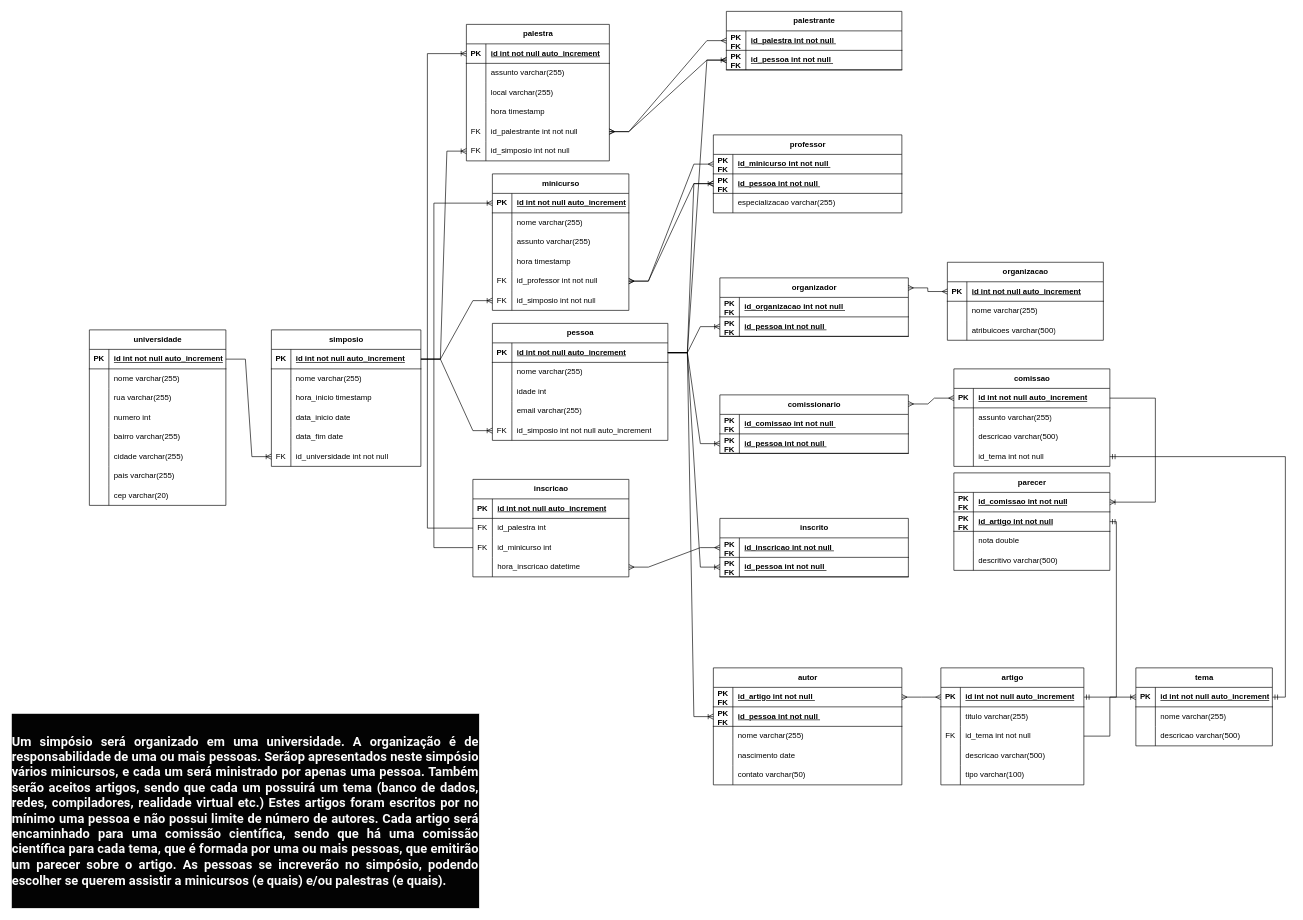
Above: Diagramas/Atividades/simposio.drawio in samueldelorenzi/BancoDeDadosI (draw.io), before the change. Source tidied: cells renumbered, new cells numbered last; positions are measured from the earlier drawing's top-left corner, leaving out a move shared by most shapes. Both pictures are drawn from the tidied source at 65%, with x=0, y=0 at pixel (11, 11).
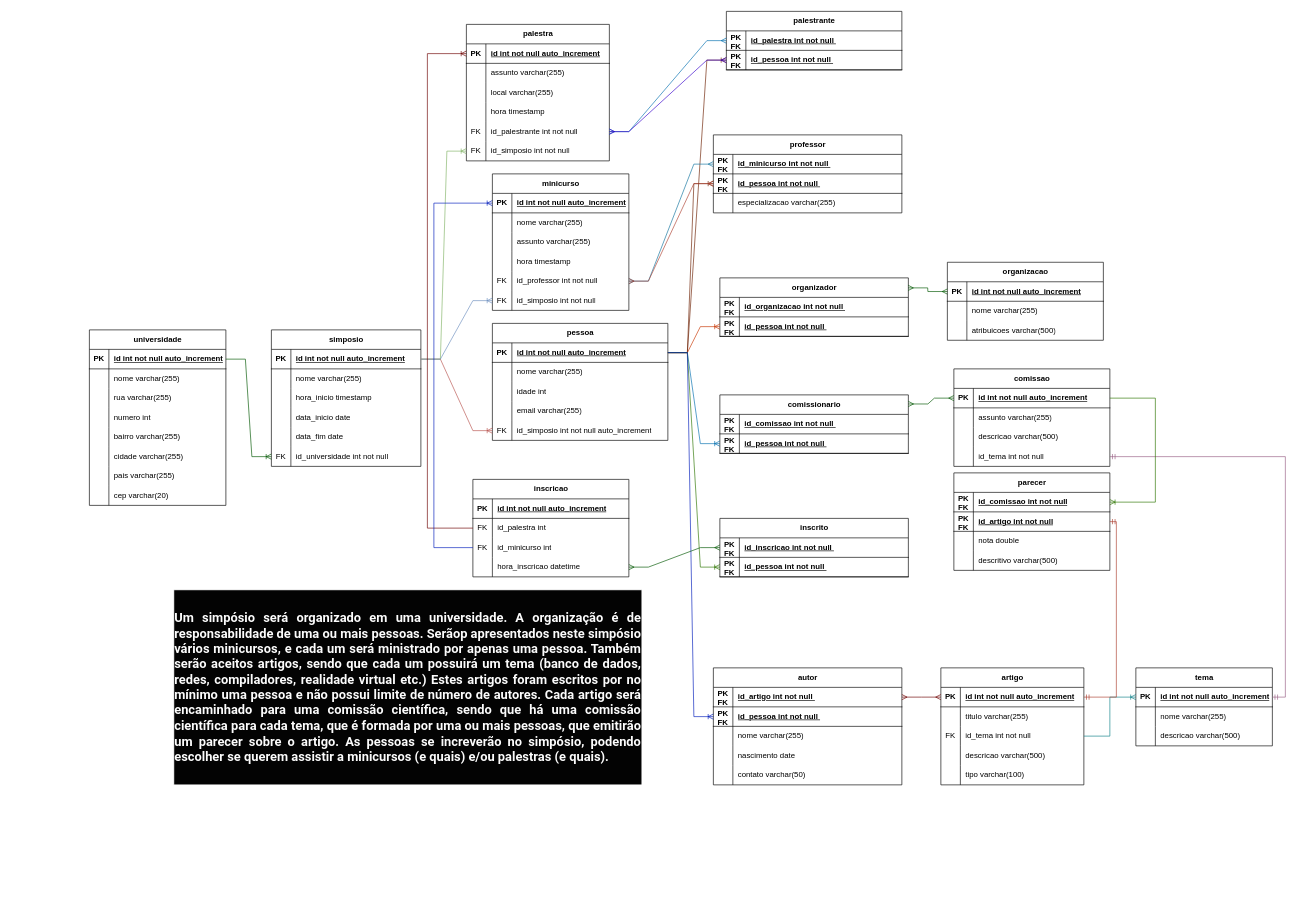
The same diagram, later.

The change refers to these unchanged cells:
```xml
<mxCell id="3" style="shape=tableRow;horizontal=0;startSize=0;swimlaneHead=0;swimlaneBody=0;fillColor=none;points=[[0,0.5],[1,0.5]];portConstraint=eastwest;top=0;left=0;right=0;bottom=1;" parent="2" vertex="1">
<mxCell id="12" style="shape=tableRow;horizontal=0;startSize=0;swimlaneHead=0;swimlaneBody=0;fillColor=none;points=[[0,0.5],[1,0.5]];portConstraint=eastwest;top=0;left=0;right=0;bottom=0;" parent="2" vertex="1">
<mxCell id="16" style="shape=tableRow;horizontal=0;startSize=0;swimlaneHead=0;swimlaneBody=0;fillColor=none;points=[[0,0.5],[1,0.5]];portConstraint=eastwest;top=0;left=0;right=0;bottom=1;" parent="15" vertex="1">
<mxCell id="31" style="shape=tableRow;horizontal=0;startSize=0;swimlaneHead=0;swimlaneBody=0;fillColor=none;points=[[0,0.5],[1,0.5]];portConstraint=eastwest;top=0;left=0;right=0;bottom=0;" parent="15" vertex="1">
<mxCell id="35" style="shape=tableRow;horizontal=0;startSize=0;swimlaneHead=0;swimlaneBody=0;fillColor=none;points=[[0,0.5],[1,0.5]];portConstraint=eastwest;top=0;left=0;right=0;bottom=1;" parent="34" vertex="1">
<mxCell id="47" style="shape=tableRow;horizontal=0;startSize=0;swimlaneHead=0;swimlaneBody=0;fillColor=none;points=[[0,0.5],[1,0.5]];portConstraint=eastwest;top=0;left=0;right=0;bottom=0;" parent="34" vertex="1">
<mxCell id="50" style="shape=tableRow;horizontal=0;startSize=0;swimlaneHead=0;swimlaneBody=0;fillColor=none;points=[[0,0.5],[1,0.5]];portConstraint=eastwest;top=0;left=0;right=0;bottom=0;" parent="34" vertex="1">
<mxCell id="54" style="shape=tableRow;horizontal=0;startSize=0;swimlaneHead=0;swimlaneBody=0;fillColor=none;points=[[0,0.5],[1,0.5]];portConstraint=eastwest;top=0;left=0;right=0;bottom=1;" parent="53" vertex="1">
<mxCell id="66" style="shape=tableRow;horizontal=0;startSize=0;swimlaneHead=0;swimlaneBody=0;fillColor=none;points=[[0,0.5],[1,0.5]];portConstraint=eastwest;top=0;left=0;right=0;bottom=0;" parent="53" vertex="1">
<mxCell id="69" style="shape=tableRow;horizontal=0;startSize=0;swimlaneHead=0;swimlaneBody=0;fillColor=none;points=[[0,0.5],[1,0.5]];portConstraint=eastwest;top=0;left=0;right=0;bottom=0;" parent="53" vertex="1">
<mxCell id="73" style="shape=tableRow;horizontal=0;startSize=0;swimlaneHead=0;swimlaneBody=0;fillColor=none;points=[[0,0.5],[1,0.5]];portConstraint=eastwest;top=0;left=0;right=0;bottom=1;" parent="72" vertex="1">
<mxCell id="83" style="shape=tableRow;horizontal=0;startSize=0;swimlaneHead=0;swimlaneBody=0;fillColor=none;points=[[0,0.5],[1,0.5]];portConstraint=eastwest;top=0;left=0;right=0;bottom=1;" parent="82" vertex="1">
<mxCell id="89" style="shape=tableRow;horizontal=0;startSize=0;swimlaneHead=0;swimlaneBody=0;fillColor=none;points=[[0,0.5],[1,0.5]];portConstraint=eastwest;top=0;left=0;right=0;bottom=0;" parent="82" vertex="1">
<mxCell id="102" style="shape=tableRow;horizontal=0;startSize=0;swimlaneHead=0;swimlaneBody=0;fillColor=none;points=[[0,0.5],[1,0.5]];portConstraint=eastwest;top=0;left=0;right=0;bottom=0;" parent="98" vertex="1">
<mxCell id="105" style="shape=tableRow;horizontal=0;startSize=0;swimlaneHead=0;swimlaneBody=0;fillColor=none;points=[[0,0.5],[1,0.5]];portConstraint=eastwest;top=0;left=0;right=0;bottom=0;" parent="98" vertex="1">
<mxCell id="108" style="shape=tableRow;horizontal=0;startSize=0;swimlaneHead=0;swimlaneBody=0;fillColor=none;points=[[0,0.5],[1,0.5]];portConstraint=eastwest;top=0;left=0;right=0;bottom=0;" parent="98" vertex="1">
<mxCell id="113" style="shape=tableRow;horizontal=0;startSize=0;swimlaneHead=0;swimlaneBody=0;fillColor=none;points=[[0,0.5],[1,0.5]];portConstraint=eastwest;top=0;left=0;right=0;bottom=1;" parent="112" vertex="1">
<mxCell id="138" style="shape=tableRow;horizontal=0;startSize=0;swimlaneHead=0;swimlaneBody=0;fillColor=none;points=[[0,0.5],[1,0.5]];portConstraint=eastwest;top=0;left=0;right=0;bottom=1;" parent="137" vertex="1">
<mxCell id="150" style="shape=tableRow;horizontal=0;startSize=0;swimlaneHead=0;swimlaneBody=0;fillColor=none;points=[[0,0.5],[1,0.5]];portConstraint=eastwest;top=0;left=0;right=0;bottom=0;" parent="137" vertex="1">
<mxCell id="154" style="shape=tableRow;horizontal=0;startSize=0;swimlaneHead=0;swimlaneBody=0;fillColor=none;points=[[0,0.5],[1,0.5]];portConstraint=eastwest;top=0;left=0;right=0;bottom=1;" parent="153" vertex="1">
<mxCell id="157" style="shape=tableRow;horizontal=0;startSize=0;swimlaneHead=0;swimlaneBody=0;fillColor=none;points=[[0,0.5],[1,0.5]];portConstraint=eastwest;top=0;left=0;right=0;bottom=1;" parent="153" vertex="1">
<mxCell id="161" style="shape=tableRow;horizontal=0;startSize=0;swimlaneHead=0;swimlaneBody=0;fillColor=none;points=[[0,0.5],[1,0.5]];portConstraint=eastwest;top=0;left=0;right=0;bottom=1;" parent="160" vertex="1">
<mxCell id="164" style="shape=tableRow;horizontal=0;startSize=0;swimlaneHead=0;swimlaneBody=0;fillColor=none;points=[[0,0.5],[1,0.5]];portConstraint=eastwest;top=0;left=0;right=0;bottom=1;" parent="160" vertex="1">
<mxCell id="171" style="shape=tableRow;horizontal=0;startSize=0;swimlaneHead=0;swimlaneBody=0;fillColor=none;points=[[0,0.5],[1,0.5]];portConstraint=eastwest;top=0;left=0;right=0;bottom=1;" parent="170" vertex="1">
<mxCell id="174" style="shape=tableRow;horizontal=0;startSize=0;swimlaneHead=0;swimlaneBody=0;fillColor=none;points=[[0,0.5],[1,0.5]];portConstraint=eastwest;top=0;left=0;right=0;bottom=1;" parent="170" vertex="1">
<mxCell id="181" style="shape=tableRow;horizontal=0;startSize=0;swimlaneHead=0;swimlaneBody=0;fillColor=none;points=[[0,0.5],[1,0.5]];portConstraint=eastwest;top=0;left=0;right=0;bottom=1;" parent="177" vertex="1">
<mxCell id="184" value="organizador" style="shape=table;startSize=30;childLayout=tableLayout;rowLines=0;fontStyle=1;align=center;html=1;" parent="1" vertex="1">
<mxCell id="188" style="shape=tableRow;horizontal=0;startSize=0;swimlaneHead=0;swimlaneBody=0;fillColor=none;points=[[0,0.5],[1,0.5]];portConstraint=eastwest;top=0;left=0;right=0;bottom=1;" parent="184" vertex="1">
<mxCell id="192" style="shape=tableRow;horizontal=0;startSize=0;swimlaneHead=0;swimlaneBody=0;fillColor=none;points=[[0,0.5],[1,0.5]];portConstraint=eastwest;top=0;left=0;right=0;bottom=1;" parent="191" vertex="1">
<mxCell id="195" style="shape=tableRow;horizontal=0;startSize=0;swimlaneHead=0;swimlaneBody=0;fillColor=none;points=[[0,0.5],[1,0.5]];portConstraint=eastwest;top=0;left=0;right=0;bottom=1;" parent="191" vertex="1">
<mxCell id="227" style="shape=tableRow;horizontal=0;startSize=0;swimlaneHead=0;swimlaneBody=0;fillColor=none;points=[[0,0.5],[1,0.5]];portConstraint=eastwest;top=0;left=0;right=0;bottom=1;" parent="226" vertex="1">
<mxCell id="240" style="shape=tableRow;horizontal=0;startSize=0;swimlaneHead=0;swimlaneBody=0;fillColor=none;points=[[0,0.5],[1,0.5]];portConstraint=eastwest;top=0;left=0;right=0;bottom=1;" parent="239" vertex="1">
<mxCell id="243" style="shape=tableRow;horizontal=0;startSize=0;swimlaneHead=0;swimlaneBody=0;fillColor=none;points=[[0,0.5],[1,0.5]];portConstraint=eastwest;top=0;left=0;right=0;bottom=1;" parent="239" vertex="1">
```

Change to the diagram source:
```diff
@@
     <mxCell id="111" value="&lt;div style=&quot;text-align: justify;&quot;&gt;&lt;span style=&quot;background-color: initial; font-size: 19.8px;&quot;&gt;&lt;font color=&quot;#fcfcfc&quot; face=&quot;Roboto, -apple-system, BlinkMacSystemFont, Segoe UI, Roboto, Helvetica Neue, Arial, sans-serif&quot;&gt;&lt;b style=&quot;&quot;&gt;Um simpósio será organizado em uma universidade. A organização é de responsabilidade de uma ou mais pessoas. Serãop apresentados neste simpósio vários minicursos, e cada um será ministrado por apenas uma pessoa. Também serão aceitos artigos, sendo que cada um possuirá um tema (banco de dados, redes, compiladores, realidade virtual etc.) Estes artigos foram escritos por no mínimo uma pessoa e não possui limite de número de autores. Cada artigo será encaminhado para uma comissão científica, sendo que há uma comissão científica para cada tema, que é formada por uma ou mais pessoas, que emitirão um parecer sobre o artigo. As pessoas se increverão no simpósio, podendo escolher se querem assistir a minicursos (e quais) e/ou palestras (e quais).&lt;/b&gt;&lt;/font&gt;&lt;/span&gt;&lt;/div&gt;" style="text;html=1;strokeColor=#FFFFFF;fillColor=#030303;align=center;verticalAlign=middle;whiteSpace=wrap;overflow=hidden;" parent="1" vertex="1">
-      <mxGeometry y="1080" width="720" height="300" as="geometry" />
+      <mxGeometry x="250" y="890" width="720" height="300" as="geometry" />
     </mxCell>
@@
-    <mxCell id="207" style="edgeStyle=entityRelationEdgeStyle;fontSize=12;html=1;endArrow=ERoneToMany;rounded=0;exitX=1;exitY=0.5;exitDx=0;exitDy=0;entryX=0;entryY=0.5;entryDx=0;entryDy=0;" parent="1" edge="1" source="16" target="150">
+    <mxCell id="207" style="edgeStyle=entityRelationEdgeStyle;fontSize=12;html=1;endArrow=ERoneToMany;rounded=0;exitX=1;exitY=0.5;exitDx=0;exitDy=0;entryX=0;entryY=0.5;entryDx=0;entryDy=0;fillColor=#f8cecc;strokeColor=#b85450;" parent="1" edge="1" source="16" target="150">
       <mxGeometry relative="1" as="geometry" />
     </mxCell>
-    <mxCell id="208" style="edgeStyle=entityRelationEdgeStyle;fontSize=12;html=1;endArrow=ERoneToMany;rounded=0;exitX=1;exitY=0.5;exitDx=0;exitDy=0;entryX=0;entryY=0.5;entryDx=0;entryDy=0;" parent="1" edge="1" source="113" target="31">
+    <mxCell id="208" style="edgeStyle=entityRelationEdgeStyle;fontSize=12;html=1;endArrow=ERoneToMany;rounded=0;exitX=1;exitY=0.5;exitDx=0;exitDy=0;entryX=0;entryY=0.5;entryDx=0;entryDy=0;fillColor=#008a00;strokeColor=#005700;" parent="1" edge="1" source="113" target="31">
       <mxGeometry relative="1" as="geometry" />
     </mxCell>
-    <mxCell id="209" style="edgeStyle=entityRelationEdgeStyle;fontSize=12;html=1;endArrow=ERoneToMany;rounded=0;exitX=1;exitY=0.5;exitDx=0;exitDy=0;entryX=0;entryY=0.5;entryDx=0;entryDy=0;" parent="1" edge="1" source="16" target="50">
+    <mxCell id="209" style="edgeStyle=entityRelationEdgeStyle;fontSize=12;html=1;endArrow=ERoneToMany;rounded=0;exitX=1;exitY=0.5;exitDx=0;exitDy=0;entryX=0;entryY=0.5;entryDx=0;entryDy=0;fillColor=#d5e8d4;strokeColor=#82b366;" parent="1" edge="1" source="16" target="50">
       <mxGeometry relative="1" as="geometry" />
     </mxCell>
-    <mxCell id="210" style="edgeStyle=entityRelationEdgeStyle;fontSize=12;html=1;endArrow=ERoneToMany;rounded=0;exitX=1;exitY=0.5;exitDx=0;exitDy=0;entryX=0;entryY=0.5;entryDx=0;entryDy=0;" parent="1" edge="1" source="138" target="157">
+    <mxCell id="210" style="edgeStyle=entityRelationEdgeStyle;fontSize=12;html=1;endArrow=ERoneToMany;rounded=0;exitX=1;exitY=0.5;exitDx=0;exitDy=0;entryX=0;entryY=0.5;entryDx=0;entryDy=0;fillColor=#a0522d;strokeColor=#6D1F00;" parent="1" edge="1" source="138" target="157">
       <mxGeometry relative="1" as="geometry" />
     </mxCell>
-    <mxCell id="211" style="edgeStyle=entityRelationEdgeStyle;fontSize=12;html=1;endArrow=ERoneToMany;rounded=0;exitX=1;exitY=0.5;exitDx=0;exitDy=0;entryX=0;entryY=0.5;entryDx=0;entryDy=0;" parent="1" edge="1" source="138" target="164">
+    <mxCell id="211" style="edgeStyle=entityRelationEdgeStyle;fontSize=12;html=1;endArrow=ERoneToMany;rounded=0;exitX=1;exitY=0.5;exitDx=0;exitDy=0;entryX=0;entryY=0.5;entryDx=0;entryDy=0;fillColor=#a0522d;strokeColor=#6D1F00;" parent="1" edge="1" source="138" target="164">
       <mxGeometry relative="1" as="geometry" />
     </mxCell>
-    <mxCell id="212" style="edgeStyle=entityRelationEdgeStyle;fontSize=12;html=1;endArrow=ERoneToMany;rounded=0;exitX=1;exitY=0.5;exitDx=0;exitDy=0;entryX=0;entryY=0.5;entryDx=0;entryDy=0;" parent="1" edge="1" source="138" target="188">
+    <mxCell id="212" style="edgeStyle=entityRelationEdgeStyle;fontSize=12;html=1;endArrow=ERoneToMany;rounded=0;exitX=1;exitY=0.5;exitDx=0;exitDy=0;entryX=0;entryY=0.5;entryDx=0;entryDy=0;fillColor=#fa6800;strokeColor=#C73500;" parent="1" edge="1" source="138" target="188">
       <mxGeometry relative="1" as="geometry" />
     </mxCell>
-    <mxCell id="213" style="edgeStyle=entityRelationEdgeStyle;fontSize=12;html=1;endArrow=ERoneToMany;rounded=0;exitX=1;exitY=0.5;exitDx=0;exitDy=0;entryX=0;entryY=0.5;entryDx=0;entryDy=0;" parent="1" edge="1" source="138" target="181">
+    <mxCell id="213" style="edgeStyle=entityRelationEdgeStyle;fontSize=12;html=1;endArrow=ERoneToMany;rounded=0;exitX=1;exitY=0.5;exitDx=0;exitDy=0;entryX=0;entryY=0.5;entryDx=0;entryDy=0;fillColor=#1ba1e2;strokeColor=#006EAF;" parent="1" edge="1" source="138" target="181">
       <mxGeometry relative="1" as="geometry" />
     </mxCell>
-    <mxCell id="214" style="edgeStyle=entityRelationEdgeStyle;fontSize=12;html=1;endArrow=ERoneToMany;rounded=0;exitX=1;exitY=0.5;exitDx=0;exitDy=0;entryX=0;entryY=0.5;entryDx=0;entryDy=0;" parent="1" edge="1" source="138" target="174">
+    <mxCell id="214" style="edgeStyle=entityRelationEdgeStyle;fontSize=12;html=1;endArrow=ERoneToMany;rounded=0;exitX=1;exitY=0.5;exitDx=0;exitDy=0;entryX=0;entryY=0.5;entryDx=0;entryDy=0;fillColor=#60a917;strokeColor=#2D7600;" parent="1" edge="1" source="138" target="174">
       <mxGeometry relative="1" as="geometry" />
     </mxCell>
-    <mxCell id="215" style="edgeStyle=entityRelationEdgeStyle;fontSize=12;html=1;endArrow=ERoneToMany;rounded=0;exitX=1;exitY=0.5;exitDx=0;exitDy=0;entryX=0;entryY=0.5;entryDx=0;entryDy=0;" parent="1" edge="1" source="138" target="195">
+    <mxCell id="215" style="edgeStyle=entityRelationEdgeStyle;fontSize=12;html=1;endArrow=ERoneToMany;rounded=0;exitX=1;exitY=0.5;exitDx=0;exitDy=0;entryX=0;entryY=0.5;entryDx=0;entryDy=0;fillColor=#0050ef;strokeColor=#001DBC;" parent="1" edge="1" source="138" target="195">
       <mxGeometry relative="1" as="geometry" />
     </mxCell>
-    <mxCell id="216" style="edgeStyle=entityRelationEdgeStyle;fontSize=12;html=1;endArrow=ERmany;startArrow=ERmany;rounded=0;exitX=1;exitY=0.5;exitDx=0;exitDy=0;entryX=0;entryY=0.5;entryDx=0;entryDy=0;" parent="1" edge="1" source="47" target="154">
+    <mxCell id="216" style="edgeStyle=entityRelationEdgeStyle;fontSize=12;html=1;endArrow=ERmany;startArrow=ERmany;rounded=0;exitX=1;exitY=0.5;exitDx=0;exitDy=0;entryX=0;entryY=0.5;entryDx=0;entryDy=0;fillColor=#1ba1e2;strokeColor=#006EAF;" parent="1" edge="1" source="47" target="154">
       <mxGeometry relative="1" as="geometry" />
     </mxCell>
-    <mxCell id="217" style="edgeStyle=entityRelationEdgeStyle;fontSize=12;html=1;endArrow=ERmany;startArrow=ERmany;rounded=0;exitX=1;exitY=0.5;exitDx=0;exitDy=0;entryX=0;entryY=0.5;entryDx=0;entryDy=0;" parent="1" edge="1" source="47" target="157">
+    <mxCell id="217" style="edgeStyle=entityRelationEdgeStyle;fontSize=12;html=1;endArrow=ERmany;startArrow=ERmany;rounded=0;exitX=1;exitY=0.5;exitDx=0;exitDy=0;entryX=0;entryY=0.5;entryDx=0;entryDy=0;fillColor=#6a00ff;strokeColor=#3700CC;" parent="1" edge="1" source="47" target="157">
       <mxGeometry relative="1" as="geometry" />
     </mxCell>
-    <mxCell id="218" style="edgeStyle=entityRelationEdgeStyle;fontSize=12;html=1;endArrow=ERoneToMany;rounded=0;entryX=0;entryY=0.5;entryDx=0;entryDy=0;exitX=1;exitY=0.5;exitDx=0;exitDy=0;" parent="1" edge="1" source="16" target="69">
+    <mxCell id="218" style="edgeStyle=entityRelationEdgeStyle;fontSize=12;html=1;endArrow=ERoneToMany;rounded=0;entryX=0;entryY=0.5;entryDx=0;entryDy=0;exitX=1;exitY=0.5;exitDx=0;exitDy=0;fillColor=#dae8fc;strokeColor=#6c8ebf;" parent="1" edge="1" source="16" target="69">
       <mxGeometry relative="1" as="geometry" />
     </mxCell>
-    <mxCell id="219" style="edgeStyle=entityRelationEdgeStyle;fontSize=12;html=1;endArrow=ERmany;startArrow=ERmany;rounded=0;exitX=1;exitY=0.5;exitDx=0;exitDy=0;entryX=0;entryY=0.5;entryDx=0;entryDy=0;" parent="1" edge="1" source="66" target="161">
+    <mxCell id="219" style="edgeStyle=entityRelationEdgeStyle;fontSize=12;html=1;endArrow=ERmany;startArrow=ERmany;rounded=0;exitX=1;exitY=0.5;exitDx=0;exitDy=0;entryX=0;entryY=0.5;entryDx=0;entryDy=0;fillColor=#b1ddf0;strokeColor=#10739e;" parent="1" edge="1" source="66" target="161">
       <mxGeometry relative="1" as="geometry" />
     </mxCell>
-    <mxCell id="220" style="edgeStyle=entityRelationEdgeStyle;fontSize=12;html=1;endArrow=ERmany;startArrow=ERmany;rounded=0;entryX=0;entryY=0.5;entryDx=0;entryDy=0;exitX=1;exitY=0.5;exitDx=0;exitDy=0;" parent="1" edge="1" source="66" target="164">
+    <mxCell id="220" style="edgeStyle=entityRelationEdgeStyle;fontSize=12;html=1;endArrow=ERmany;startArrow=ERmany;rounded=0;entryX=0;entryY=0.5;entryDx=0;entryDy=0;exitX=1;exitY=0.5;exitDx=0;exitDy=0;fillColor=#fad9d5;strokeColor=#ae4132;" parent="1" edge="1" source="66" target="164">
       <mxGeometry relative="1" as="geometry" />
     </mxCell>
-    <mxCell id="221" style="edgeStyle=entityRelationEdgeStyle;fontSize=12;html=1;endArrow=ERmany;startArrow=ERmany;rounded=0;entryX=0;entryY=0.5;entryDx=0;entryDy=0;" parent="1" edge="1" source="108" target="171">
+    <mxCell id="221" style="edgeStyle=entityRelationEdgeStyle;fontSize=12;html=1;endArrow=ERmany;startArrow=ERmany;rounded=0;entryX=0;entryY=0.5;entryDx=0;entryDy=0;fillColor=#008a00;strokeColor=#005700;" parent="1" edge="1" source="108" target="171">
       <mxGeometry relative="1" as="geometry" />
     </mxCell>
-    <mxCell id="222" style="fontSize=12;html=1;endArrow=ERoneToMany;rounded=0;strokeColor=default;targetPerimeterSpacing=0;jumpStyle=none;flowAnimation=0;entryX=0;entryY=0.5;entryDx=0;entryDy=0;edgeStyle=orthogonalEdgeStyle;exitX=0;exitY=0.5;exitDx=0;exitDy=0;" parent="1" edge="1" source="102" target="35">
+    <mxCell id="222" style="fontSize=12;html=1;endArrow=ERoneToMany;rounded=0;strokeColor=#6F0000;targetPerimeterSpacing=0;jumpStyle=none;flowAnimation=0;entryX=0;entryY=0.5;entryDx=0;entryDy=0;edgeStyle=orthogonalEdgeStyle;exitX=0;exitY=0.5;exitDx=0;exitDy=0;fillColor=#a20025;" parent="1" edge="1" source="102" target="35">
       <mxGeometry relative="1" as="geometry">
         <Array as="points">
           <mxPoint x="640" y="795" />
           <mxPoint x="640" y="65" />
         </Array>
       </mxGeometry>
     </mxCell>
-    <mxCell id="223" style="fontSize=12;html=1;endArrow=ERoneToMany;rounded=0;strokeColor=default;targetPerimeterSpacing=0;jumpStyle=none;flowAnimation=0;entryX=0;entryY=0.5;entryDx=0;entryDy=0;edgeStyle=orthogonalEdgeStyle;exitX=0;exitY=0.5;exitDx=0;exitDy=0;" parent="1" edge="1" source="105" target="54">
+    <mxCell id="223" style="fontSize=12;html=1;endArrow=ERoneToMany;rounded=0;strokeColor=#001DBC;targetPerimeterSpacing=0;jumpStyle=none;flowAnimation=0;entryX=0;entryY=0.5;entryDx=0;entryDy=0;edgeStyle=orthogonalEdgeStyle;exitX=0;exitY=0.5;exitDx=0;exitDy=0;fillColor=#0050ef;" parent="1" edge="1" source="105" target="54">
       <mxGeometry relative="1" as="geometry">
         <Array as="points">
           <mxPoint x="650" y="825" />
           <mxPoint x="650" y="295" />
         </Array>
       </mxGeometry>
     </mxCell>
-    <mxCell id="224" style="edgeStyle=entityRelationEdgeStyle;fontSize=12;html=1;endArrow=ERmany;startArrow=ERmany;rounded=0;entryX=0;entryY=0.5;entryDx=0;entryDy=0;" parent="1" edge="1" source="192" target="83">
+    <mxCell id="224" style="edgeStyle=entityRelationEdgeStyle;fontSize=12;html=1;endArrow=ERmany;startArrow=ERmany;rounded=0;entryX=0;entryY=0.5;entryDx=0;entryDy=0;fillColor=#a20025;strokeColor=#6F0000;" parent="1" edge="1" source="192" target="83">
       <mxGeometry relative="1" as="geometry" />
     </mxCell>
-    <mxCell id="225" style="fontSize=12;html=1;endArrow=ERoneToMany;rounded=0;exitX=1;exitY=0.5;exitDx=0;exitDy=0;edgeStyle=elbowEdgeStyle;entryX=0;entryY=0.5;entryDx=0;entryDy=0;" parent="1" edge="1" source="89" target="73">
+    <mxCell id="225" style="fontSize=12;html=1;endArrow=ERoneToMany;rounded=0;exitX=1;exitY=0.5;exitDx=0;exitDy=0;edgeStyle=elbowEdgeStyle;entryX=0;entryY=0.5;entryDx=0;entryDy=0;fillColor=#b0e3e6;strokeColor=#0e8088;" parent="1" edge="1" source="89" target="73">
       <mxGeometry relative="1" as="geometry" />
     </mxCell>
@@
-    <mxCell id="236" style="edgeStyle=entityRelationEdgeStyle;fontSize=12;html=1;endArrow=ERmany;startArrow=ERmany;rounded=0;exitX=0.999;exitY=0.171;exitDx=0;exitDy=0;exitPerimeter=0;" parent="1" edge="1" source="184" target="227">
+    <mxCell id="236" style="edgeStyle=entityRelationEdgeStyle;fontSize=12;html=1;endArrow=ERmany;startArrow=ERmany;rounded=0;exitX=0.999;exitY=0.171;exitDx=0;exitDy=0;exitPerimeter=0;fillColor=#008a00;strokeColor=#005700;" parent="1" edge="1" source="184" target="227">
       <mxGeometry relative="1" as="geometry" />
     </mxCell>
-    <mxCell id="237" style="edgeStyle=entityRelationEdgeStyle;fontSize=12;html=1;endArrow=ERmany;startArrow=ERmany;rounded=0;entryX=0;entryY=0.5;entryDx=0;entryDy=0;" parent="1" edge="1" target="3">
+    <mxCell id="237" style="edgeStyle=entityRelationEdgeStyle;fontSize=12;html=1;endArrow=ERmany;startArrow=ERmany;rounded=0;entryX=0;entryY=0.5;entryDx=0;entryDy=0;fillColor=#008a00;strokeColor=#005700;" parent="1" edge="1" target="3">
       <mxGeometry relative="1" as="geometry">
         <mxPoint x="1380" y="604" as="sourcePoint" />
       </mxGeometry>
     </mxCell>
-    <mxCell id="238" style="edgeStyle=elbowEdgeStyle;fontSize=12;html=1;endArrow=ERmandOne;startArrow=ERmandOne;rounded=0;entryX=1;entryY=0.5;entryDx=0;entryDy=0;exitX=1;exitY=0.5;exitDx=0;exitDy=0;" parent="1" edge="1" source="12" target="73">
+    <mxCell id="238" style="edgeStyle=elbowEdgeStyle;fontSize=12;html=1;endArrow=ERmandOne;startArrow=ERmandOne;rounded=0;entryX=1;entryY=0.5;entryDx=0;entryDy=0;exitX=1;exitY=0.5;exitDx=0;exitDy=0;fillColor=#e6d0de;gradientColor=#d5739d;strokeColor=#996185;" parent="1" edge="1" source="12" target="73">
       <mxGeometry relative="1" as="geometry">
         <Array as="points">
           <mxPoint x="1960" y="840" />
         </Array>
       </mxGeometry>
     </mxCell>
@@
-    <mxCell id="252" style="edgeStyle=elbowEdgeStyle;fontSize=12;html=1;endArrow=ERoneToMany;rounded=0;entryX=1;entryY=0.5;entryDx=0;entryDy=0;exitX=1;exitY=0.5;exitDx=0;exitDy=0;" parent="1" edge="1" source="3" target="240">
+    <mxCell id="252" style="edgeStyle=elbowEdgeStyle;fontSize=12;html=1;endArrow=ERoneToMany;rounded=0;entryX=1;entryY=0.5;entryDx=0;entryDy=0;exitX=1;exitY=0.5;exitDx=0;exitDy=0;fillColor=#60a917;strokeColor=#2D7600;" parent="1" edge="1" source="3" target="240">
       <mxGeometry relative="1" as="geometry">
         <Array as="points">
           <mxPoint x="1760" y="690" />
         </Array>
       </mxGeometry>
     </mxCell>
-    <mxCell id="253" style="edgeStyle=elbowEdgeStyle;fontSize=12;html=1;endArrow=ERmandOne;startArrow=ERmandOne;rounded=0;exitX=1;exitY=0.5;exitDx=0;exitDy=0;entryX=1;entryY=0.5;entryDx=0;entryDy=0;" parent="1" edge="1" source="83" target="243">
+    <mxCell id="253" style="edgeStyle=elbowEdgeStyle;fontSize=12;html=1;endArrow=ERmandOne;startArrow=ERmandOne;rounded=0;exitX=1;exitY=0.5;exitDx=0;exitDy=0;entryX=1;entryY=0.5;entryDx=0;entryDy=0;fillColor=#fad9d5;strokeColor=#ae4132;" parent="1" edge="1" source="83" target="243">
       <mxGeometry relative="1" as="geometry">
         <Array as="points">
           <mxPoint x="1700" y="920" />
         </Array>
       </mxGeometry>
     </mxCell>
```
